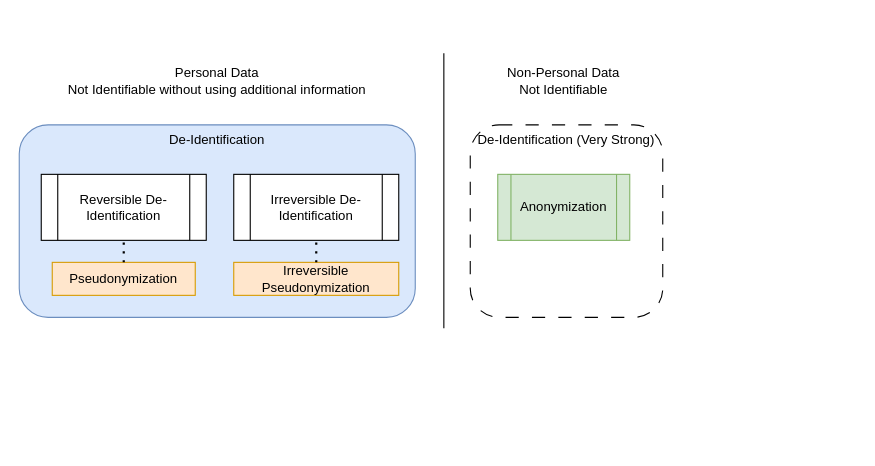
The draw.io diagram input/images-source/relationships-between-concepts.drawio in IHE/ITI.DeIdHandbook, before the edit. Source tidied: cells renumbered, new cells numbered last; positions are measured from the earlier drawing's top-left corner, leaving out a move shared by most shapes. Both pictures are drawn from the tidied source at 110%, with x=0, y=0 at pixel (19, 53).
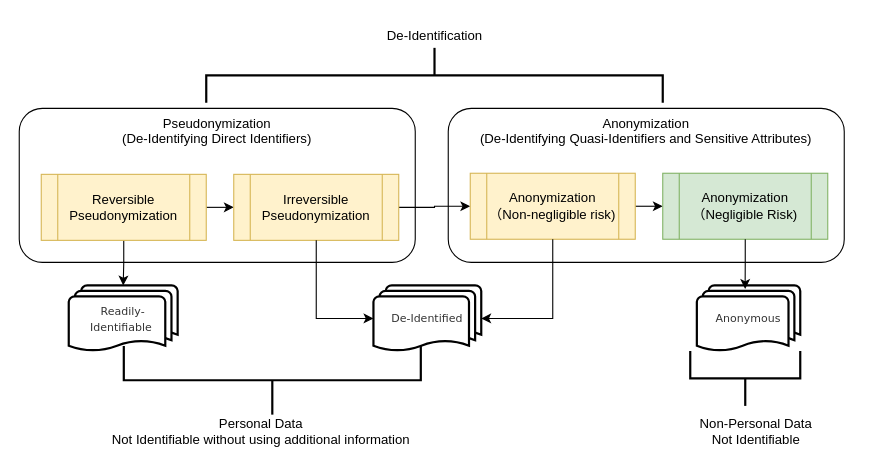
The same diagram, later.

Commit message (it also covers changes not shown here):
updated de-identification, pseudonymizaiton and anonymiton

Diff of the diagram source:
```diff
@@
+    <mxCell id="8" value="&lt;div&gt;Anonymization&lt;/div&gt;(De-Identifying Quasi-Identifiers and Sensitive Attributes)" style="rounded=1;whiteSpace=wrap;html=1;verticalAlign=top;" parent="1" vertex="1">
+      <mxGeometry x="390" y="50" width="360" height="140" as="geometry" />
+    </mxCell>
-    <mxCell id="2" value="De-Identification" style="rounded=1;whiteSpace=wrap;html=1;fillColor=#dae8fc;strokeColor=#6c8ebf;verticalAlign=top;" parent="1" vertex="1">
-      <mxGeometry y="65" width="360" height="175" as="geometry" />
+    <mxCell id="2" value="&lt;div&gt;Pseudonymization&lt;/div&gt;(De-Identifying Direct Identifiers)" style="rounded=1;whiteSpace=wrap;html=1;verticalAlign=top;" parent="1" vertex="1">
+      <mxGeometry y="50" width="360" height="140" as="geometry" />
     </mxCell>
+    <mxCell id="14" style="edgeStyle=orthogonalEdgeStyle;rounded=0;jettySize=auto;html=1;" parent="1" edge="1" source="3" target="23">
+      <mxGeometry relative="1" as="geometry" />
+    </mxCell>
+    <mxCell id="15" style="edgeStyle=orthogonalEdgeStyle;rounded=0;jettySize=auto;html=1;exitX=1;exitY=0.5;exitDx=0;exitDy=0;entryX=0;entryY=0.5;entryDx=0;entryDy=0;" parent="1" edge="1" source="3" target="4">
+      <mxGeometry relative="1" as="geometry" />
+    </mxCell>
-    <mxCell id="3" value="Reversible De-Identification" style="shape=process;whiteSpace=wrap;html=1;backgroundOutline=1;" parent="1" vertex="1">
+    <mxCell id="3" value="Reversible Pseudonymization" style="shape=process;whiteSpace=wrap;html=1;backgroundOutline=1;fillColor=#fff2cc;strokeColor=#d6b656;" parent="1" vertex="1">
       <mxGeometry x="20" y="110" width="150" height="60" as="geometry" />
     </mxCell>
+    <mxCell id="16" style="edgeStyle=orthogonalEdgeStyle;rounded=0;jettySize=auto;html=1;exitX=1;exitY=0.5;exitDx=0;exitDy=0;entryX=0;entryY=0.5;entryDx=0;entryDy=0;" parent="1" edge="1" source="4" target="9">
+      <mxGeometry relative="1" as="geometry" />
+    </mxCell>
-    <mxCell id="4" value="Irreversible De-Identification" style="shape=process;whiteSpace=wrap;html=1;backgroundOutline=1;" parent="1" vertex="1">
+    <mxCell id="4" value="Irreversible Pseudonymization" style="shape=process;whiteSpace=wrap;html=1;backgroundOutline=1;fillColor=#fff2cc;strokeColor=#d6b656;" parent="1" vertex="1">
       <mxGeometry x="195" y="110" width="150" height="60" as="geometry" />
     </mxCell>
-    <mxCell id="5" style="endArrow=none;html=1;rounded=0;" parent="1" edge="1">
-      <mxGeometry relative="1" as="geometry">
-        <mxPoint x="386" y="250" as="sourcePoint" />
-        <mxPoint x="386" as="targetPoint" />
-      </mxGeometry>
-    </mxCell>
     <mxCell id="6" value="&lt;div&gt;Personal Data&lt;/div&gt;Not Identifiable without using additional information" style="text;html=1;align=center;verticalAlign=middle;whiteSpace=wrap;rounded=0;" parent="1" vertex="1">
-      <mxGeometry x="10" y="10" width="340" height="30" as="geometry" />
+      <mxGeometry x="50" y="328.5" width="340" height="30" as="geometry" />
     </mxCell>
     <mxCell id="7" value="&lt;div&gt;Non-Personal Data&lt;/div&gt;Not Identifiable" style="text;html=1;align=center;verticalAlign=middle;whiteSpace=wrap;rounded=0;" parent="1" vertex="1">
-      <mxGeometry x="405" y="10" width="180" height="30" as="geometry" />
+      <mxGeometry x="580" y="328.5" width="180" height="30" as="geometry" />
     </mxCell>
-    <mxCell id="8" value="De-Identification (Very Strong)" style="rounded=1;whiteSpace=wrap;html=1;verticalAlign=top;dashed=1;dashPattern=12 12;" parent="1" vertex="1">
-      <mxGeometry x="410" y="65" width="175" height="175" as="geometry" />
-    </mxCell>
+    <mxCell id="17" style="edgeStyle=orthogonalEdgeStyle;rounded=0;jettySize=auto;html=1;exitX=1;exitY=0.5;exitDx=0;exitDy=0;entryX=0;entryY=0.5;entryDx=0;entryDy=0;" parent="1" edge="1" source="9" target="18">
+      <mxGeometry relative="1" as="geometry" />
+    </mxCell>
-    <mxCell id="9" value="Anonymization" style="shape=process;whiteSpace=wrap;html=1;backgroundOutline=1;fillColor=#d5e8d4;strokeColor=#82b366;" parent="1" vertex="1">
-      <mxGeometry x="435" y="110" width="120" height="60" as="geometry" />
+    <mxCell id="9" value="Anonymization （Non-negligible risk)" style="shape=process;whiteSpace=wrap;html=1;backgroundOutline=1;fillColor=#fff2cc;strokeColor=#d6b656;" parent="1" vertex="1">
+      <mxGeometry x="410" y="109" width="150" height="60" as="geometry" />
     </mxCell>
-    <mxCell id="10" value="Pseudonymization" style="text;html=1;align=center;verticalAlign=middle;whiteSpace=wrap;rounded=0;fillColor=#ffe6cc;strokeColor=#d79b00;" parent="1" vertex="1">
-      <mxGeometry x="30" y="190" width="130" height="30" as="geometry" />
-    </mxCell>
-    <mxCell id="11" value="Irreversible&lt;div&gt;Pseudonymization&lt;/div&gt;" style="text;html=1;align=center;verticalAlign=middle;whiteSpace=wrap;rounded=0;fillColor=#ffe6cc;strokeColor=#d79b00;" parent="1" vertex="1">
-      <mxGeometry x="195" y="190" width="150" height="30" as="geometry" />
-    </mxCell>
-    <mxCell id="12" style="endArrow=none;dashed=1;html=1;dashPattern=1 3;strokeWidth=2;rounded=0;entryX=0.5;entryY=1;entryDx=0;entryDy=0;exitX=0.5;exitY=0;exitDx=0;exitDy=0;" parent="1" edge="1" source="10" target="3">
-      <mxGeometry relative="1" as="geometry" />
-    </mxCell>
-    <mxCell id="13" style="endArrow=none;dashed=1;html=1;dashPattern=1 3;strokeWidth=2;rounded=0;exitX=0.5;exitY=0;exitDx=0;exitDy=0;entryX=0.5;entryY=1;entryDx=0;entryDy=0;" parent="1" edge="1" source="11" target="4">
-      <mxGeometry relative="1" as="geometry" />
-    </mxCell>
+    <mxCell id="18" value="Anonymization （Negligible&amp;nbsp;Risk)" style="shape=process;whiteSpace=wrap;html=1;backgroundOutline=1;fillColor=#d5e8d4;strokeColor=#82b366;" parent="1" vertex="1">
+      <mxGeometry x="585" y="109" width="150" height="60" as="geometry" />
+    </mxCell>
+    <mxCell id="19" style="strokeWidth=2;html=1;shape=mxgraph.flowchart.annotation_2;align=left;labelPosition=right;rotation=-90;" parent="1" vertex="1">
+      <mxGeometry x="198.8" y="162.2" width="62.5" height="270" as="geometry" />
+    </mxCell>
+    <mxCell id="20" style="strokeWidth=2;html=1;shape=mxgraph.flowchart.annotation_2;align=left;labelPosition=right;rotation=-90;" parent="1" vertex="1">
+      <mxGeometry x="635" y="245.5" width="50" height="100" as="geometry" />
+    </mxCell>
+    <mxCell id="21" style="strokeWidth=2;html=1;shape=mxgraph.flowchart.annotation_2;align=left;labelPosition=right;rotation=90;" parent="1" vertex="1">
+      <mxGeometry x="352.5" y="-187.5" width="50" height="415" as="geometry" />
+    </mxCell>
+    <mxCell id="22" value="&lt;div&gt;De-Identification&lt;/div&gt;" style="text;html=1;align=center;verticalAlign=middle;whiteSpace=wrap;rounded=0;" parent="1" vertex="1">
+      <mxGeometry x="312.5" y="-31" width="130" height="30" as="geometry" />
+    </mxCell>
+    <mxCell id="23" value="&lt;span style=&quot;box-sizing: border-box; caret-color: rgb(51, 51, 51); color: rgb(51, 51, 51); font-family: verdana; text-align: start;&quot;&gt;&lt;font style=&quot;font-size: 10px;&quot;&gt;Readily-Identifiable&lt;span style=&quot;&quot; class=&quot;Apple-converted-space&quot;&gt;&amp;nbsp;&lt;/span&gt;&lt;/font&gt;&lt;/span&gt;" style="strokeWidth=2;html=1;shape=mxgraph.flowchart.multi-document;whiteSpace=wrap;" parent="1" vertex="1">
+      <mxGeometry x="45" y="211" width="99" height="60" as="geometry" />
+    </mxCell>
+    <mxCell id="24" value="&lt;span style=&quot;box-sizing: border-box; caret-color: rgb(51, 51, 51); color: rgb(51, 51, 51); font-family: verdana; text-align: start;&quot;&gt;&lt;font style=&quot;font-size: 10px;&quot;&gt;De-Identified&lt;/font&gt;&lt;/span&gt;" style="strokeWidth=2;html=1;shape=mxgraph.flowchart.multi-document;whiteSpace=wrap;" parent="1" vertex="1">
+      <mxGeometry x="322" y="211" width="98" height="60" as="geometry" />
+    </mxCell>
+    <mxCell id="25" value="&lt;span style=&quot;box-sizing: border-box; caret-color: rgb(51, 51, 51); color: rgb(51, 51, 51); font-family: verdana; text-align: start;&quot;&gt;&lt;font style=&quot;font-size: 10px;&quot;&gt;Anonymous&lt;/font&gt;&lt;/span&gt;" style="strokeWidth=2;html=1;shape=mxgraph.flowchart.multi-document;whiteSpace=wrap;" parent="1" vertex="1">
+      <mxGeometry x="616" y="211" width="94" height="60" as="geometry" />
+    </mxCell>
+    <mxCell id="26" style="edgeStyle=orthogonalEdgeStyle;rounded=0;jettySize=auto;html=1;entryX=0;entryY=0.5;entryDx=0;entryDy=0;entryPerimeter=0;" parent="1" edge="1" source="4" target="24">
+      <mxGeometry relative="1" as="geometry" />
+    </mxCell>
+    <mxCell id="27" style="edgeStyle=orthogonalEdgeStyle;rounded=0;jettySize=auto;html=1;entryX=1;entryY=0.5;entryDx=0;entryDy=0;entryPerimeter=0;" parent="1" edge="1" source="9" target="24">
+      <mxGeometry relative="1" as="geometry" />
+    </mxCell>
+    <mxCell id="28" style="edgeStyle=orthogonalEdgeStyle;rounded=0;jettySize=auto;html=1;entryX=0.467;entryY=0.052;entryDx=0;entryDy=0;entryPerimeter=0;" parent="1" edge="1" source="18" target="25">
+      <mxGeometry relative="1" as="geometry" />
+    </mxCell>
```
